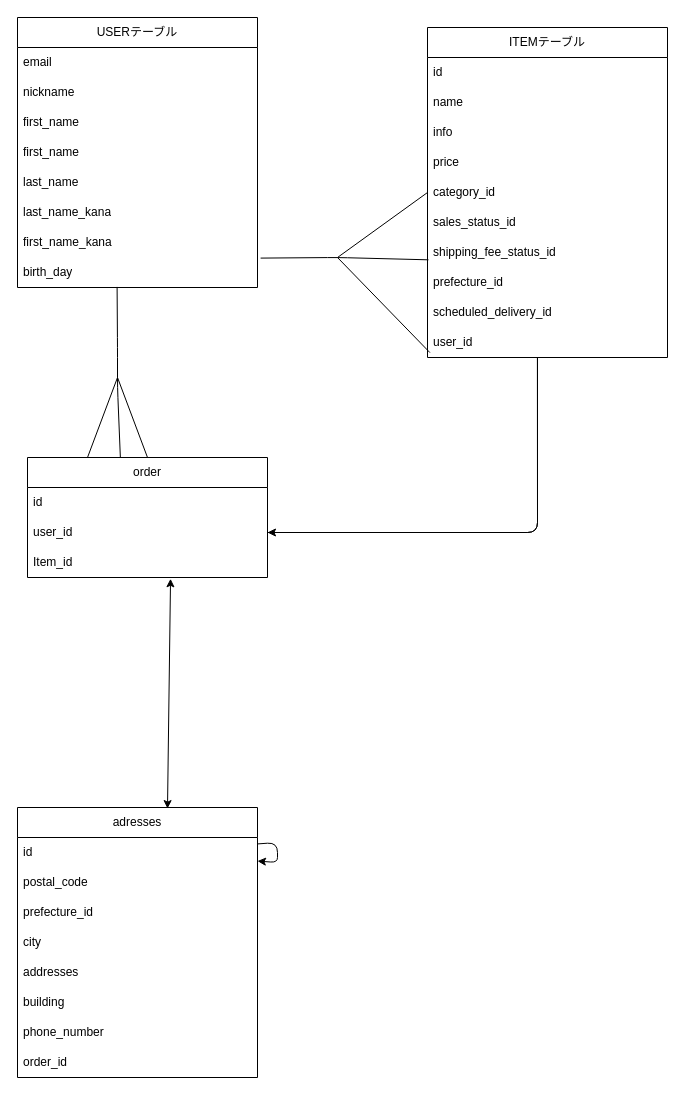
senenraketto/furima-41610 keeps this draw.io diagram as db/database.dio. Above is the earlier version. Source tidied: cells renumbered, new cells numbered last; positions are measured from the earlier drawing's top-left corner, leaving out a move shared by most shapes. Both pictures are drawn from the tidied source at 100%, with x=0, y=0 at pixel (17, 17).
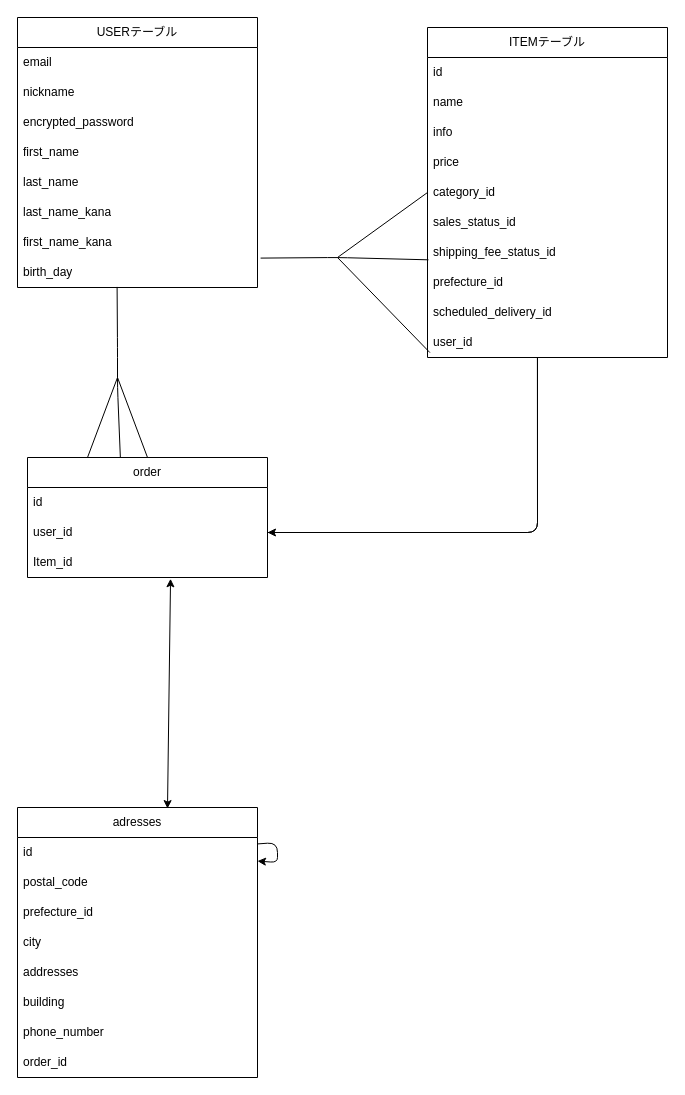
After the change.

The change refers to these unchanged cells:
```xml
<mxCell id="2" value="USERテーブル" style="swimlane;fontStyle=0;horizontal=1;startSize=30;whiteSpace=wrap;html=1;" parent="1" vertex="1">
  <mxGeometry width="240" height="270" as="geometry" />
</mxCell>
```

Diff of the diagram source:
```diff
@@
-    <mxCell id="5" value="first_name" style="text;strokeColor=none;fillColor=none;align=left;verticalAlign=middle;spacingLeft=4;spacingRight=4;overflow=hidden;whiteSpace=wrap;html=1;" parent="2" vertex="1">
+    <mxCell id="5" value="encrypted_password" style="text;strokeColor=none;fillColor=none;align=left;verticalAlign=middle;spacingLeft=4;spacingRight=4;overflow=hidden;whiteSpace=wrap;html=1;" parent="2" vertex="1">
       <mxGeometry y="90" width="240" height="30" as="geometry" />
     </mxCell>
```
